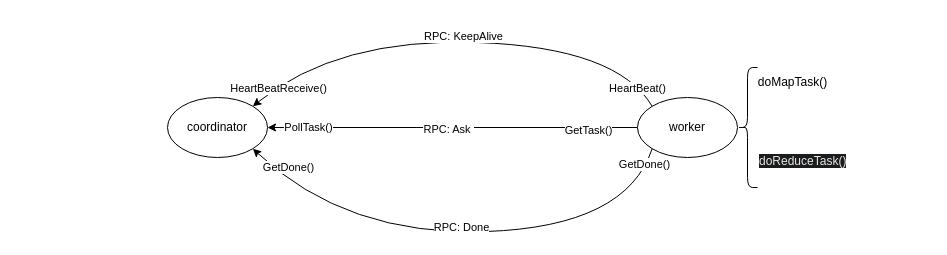
Earlier version of the draw.io diagram lab中MapReduce架构.drawio (FunkLiu/A-mini-porgram-about-Gaokao). Source tidied: cells renumbered, new cells numbered last; positions are measured from the earlier drawing's top-left corner, leaving out a move shared by most shapes. Both pictures are drawn from the tidied source at 100%, with x=0, y=0 at pixel (167, 37).
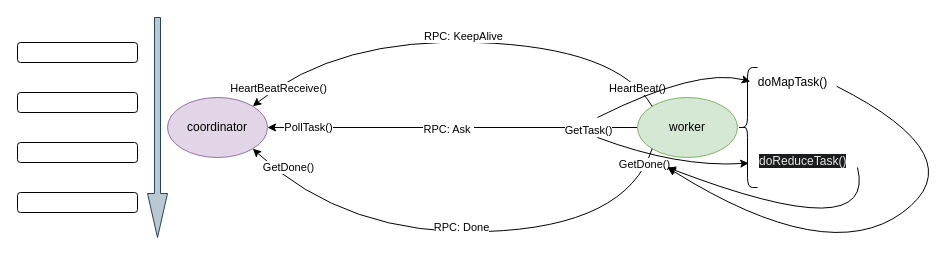
The same diagram, later.

Commit message (it also covers changes not shown here):
更新lab中MapReduce架构.drawio

Unchanged cells that the change refers to:
```xml
<mxCell id="17" value="doMapTask()" style="text;html=1;align=center;verticalAlign=middle;points=[];strokeColor=none;fillColor=none;" parent="1" vertex="1">
  <mxGeometry x="580" y="30" width="90" height="30" as="geometry" />
</mxCell>
<mxCell id="18" value="&lt;span style=&quot;color: rgb(232, 230, 227); font-family: Helvetica; font-size: 12px; font-style: normal; font-variant-ligatures: normal; font-variant-caps: normal; font-weight: 400; letter-spacing: normal; orphans: 2; text-align: center; text-indent: 0px; text-transform: none; widows: 2; word-spacing: 0px; -webkit-text-stroke-width: 0px; white-space: nowrap; background-color: rgb(26, 28, 30); text-decoration-thickness: initial; text-decoration-style: initial; text-decoration-color: initial; float: none; display: inline !important; --darkreader-inline-color: #d8d4cf; --darkreader-inline-bgcolor: #151718;&quot;&gt;doReduceTask()&lt;/span&gt;" style="text;whiteSpace=wrap;html=1;" parent="1" vertex="1">
  <mxGeometry x="590" y="110" width="100" height="40" as="geometry" />
</mxCell>
```

Change to the diagram source:
```diff
@@
-    <mxCell id="2" value="coordinator" style="ellipse;whiteSpace=wrap;html=1;" parent="1" vertex="1">
+    <mxCell id="2" value="coordinator" style="ellipse;whiteSpace=wrap;html=1;fillColor=#e1d5e7;strokeColor=#9673a6;" parent="1" vertex="1">
       <mxGeometry y="60" width="100" height="60" as="geometry" />
     </mxCell>
@@
-    <mxCell id="7" value="worker" style="ellipse;whiteSpace=wrap;html=1;" parent="1" vertex="1">
+    <mxCell id="7" value="worker" style="ellipse;whiteSpace=wrap;html=1;fillColor=#d5e8d4;strokeColor=#82b366;" parent="1" vertex="1">
       <mxGeometry x="470" y="60" width="100" height="60" as="geometry" />
     </mxCell>
@@
-    <mxCell id="16" style="shape=curlyBracket;whiteSpace=wrap;html=1;rounded=1;labelPosition=left;verticalLabelPosition=middle;align=right;verticalAlign=middle;" parent="1" vertex="1">
+    <mxCell id="16" style="shape=curlyBracket;whiteSpace=wrap;html=1;rounded=1;labelPosition=left;verticalLabelPosition=middle;align=right;verticalAlign=middle;size=0.5;" parent="1" vertex="1">
       <mxGeometry x="570" y="30" width="20" height="120" as="geometry" />
     </mxCell>
@@
+    <mxCell id="19" style="curved=1;endArrow=classic;html=1;rounded=0;entryX=0.64;entryY=0.117;entryDx=0;entryDy=0;entryPerimeter=0;" parent="1" edge="1" target="16">
+      <mxGeometry relative="1" as="geometry">
+        <mxPoint x="430" y="80" as="sourcePoint" />
+        <Array as="points">
+          <mxPoint x="530" y="30" />
+        </Array>
+      </mxGeometry>
+    </mxCell>
+    <mxCell id="20" style="curved=1;endArrow=classic;html=1;rounded=0;entryX=0.56;entryY=0.797;entryDx=0;entryDy=0;entryPerimeter=0;" parent="1" edge="1" target="16">
+      <mxGeometry relative="1" as="geometry">
+        <mxPoint x="430" y="100" as="sourcePoint" />
+        <Array as="points">
+          <mxPoint x="510" y="130" />
+        </Array>
+      </mxGeometry>
+    </mxCell>
+    <mxCell id="21" style="curved=1;endArrow=classic;html=1;rounded=0;exitX=1;exitY=0.5;exitDx=0;exitDy=0;" parent="1" edge="1" source="18">
+      <mxGeometry relative="1" as="geometry">
+        <mxPoint x="500" y="130" as="targetPoint" />
+        <Array as="points">
+          <mxPoint x="710" y="210" />
+        </Array>
+      </mxGeometry>
+    </mxCell>
+    <mxCell id="22" style="curved=1;endArrow=classic;html=1;rounded=0;exitX=0.991;exitY=0.627;exitDx=0;exitDy=0;exitPerimeter=0;" parent="1" edge="1" source="17">
+      <mxGeometry relative="1" as="geometry">
+        <mxPoint x="500" y="130" as="targetPoint" />
+        <Array as="points">
+          <mxPoint x="810" y="120" />
+          <mxPoint x="660" y="230" />
+        </Array>
+      </mxGeometry>
+    </mxCell>
+    <mxCell id="23" style="shape=singleArrow;direction=north;whiteSpace=wrap;html=1;flipH=1;flipV=1;fillColor=#bac8d3;strokeColor=#23445d;" parent="1" vertex="1">
+      <mxGeometry x="-20" y="-20" width="20" height="220" as="geometry" />
+    </mxCell>
+    <mxCell id="24" style="rounded=1;whiteSpace=wrap;html=1;" parent="1" vertex="1">
+      <mxGeometry x="-150" y="5" width="120" height="20" as="geometry" />
+    </mxCell>
+    <mxCell id="25" style="rounded=1;whiteSpace=wrap;html=1;" parent="1" vertex="1">
+      <mxGeometry x="-150" y="155" width="120" height="20" as="geometry" />
+    </mxCell>
+    <mxCell id="26" style="rounded=1;whiteSpace=wrap;html=1;" parent="1" vertex="1">
+      <mxGeometry x="-150" y="105" width="120" height="20" as="geometry" />
+    </mxCell>
+    <mxCell id="27" style="rounded=1;whiteSpace=wrap;html=1;" parent="1" vertex="1">
+      <mxGeometry x="-150" y="55" width="120" height="20" as="geometry" />
+    </mxCell>
```
